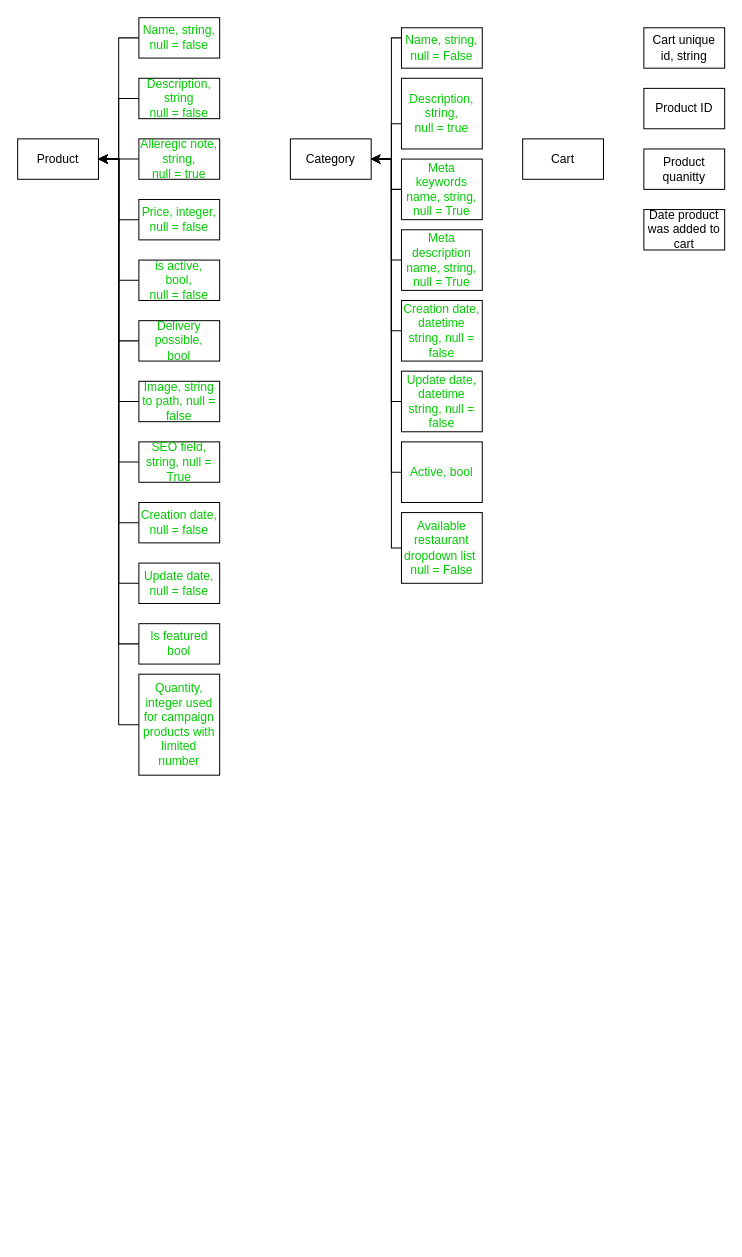
Above: Untitled Diagram.drawio in JianDk/HD_website (draw.io), before the change. Source tidied: cells renumbered, new cells numbered last; positions are measured from the earlier drawing's top-left corner, leaving out a move shared by most shapes. Both pictures are drawn from the tidied source at 101%, with x=0, y=0 at pixel (17, 17).
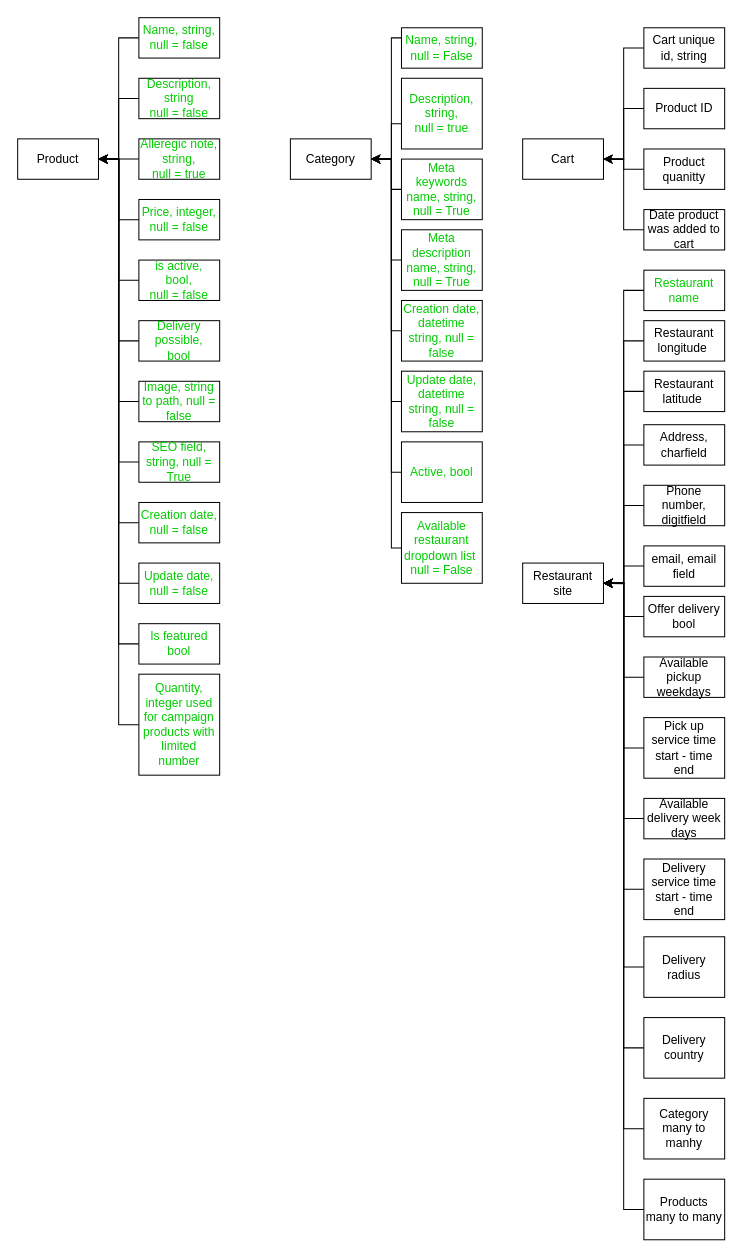
Above is the later version.

The change refers to these unchanged cells:
```xml
<mxCell id="42" value="Cart" style="rounded=0;whiteSpace=wrap;html=1;" parent="1" vertex="1">
  <mxGeometry x="500" y="120" width="80" height="40" as="geometry" />
</mxCell>
<mxCell id="43" value="Cart unique id, string" style="rounded=0;whiteSpace=wrap;html=1;" parent="1" vertex="1">
  <mxGeometry x="620" y="10" width="80" height="40" as="geometry" />
</mxCell>
<mxCell id="44" value="Product ID" style="rounded=0;whiteSpace=wrap;html=1;" parent="1" vertex="1">
  <mxGeometry x="620" y="70" width="80" height="40" as="geometry" />
</mxCell>
<mxCell id="45" value="Product quanitty" style="rounded=0;whiteSpace=wrap;html=1;" parent="1" vertex="1">
  <mxGeometry x="620" y="130" width="80" height="40" as="geometry" />
</mxCell>
<mxCell id="46" value="Date product was added to cart" style="rounded=0;whiteSpace=wrap;html=1;" parent="1" vertex="1">
  <mxGeometry x="620" y="190" width="80" height="40" as="geometry" />
</mxCell>
```

What changed in the source:
```diff
@@
+    <mxCell id="49" style="edgeStyle=orthogonalEdgeStyle;rounded=0;jettySize=auto;html=1;entryX=1;entryY=0.5;entryDx=0;entryDy=0;" parent="1" edge="1" source="43" target="42">
+      <mxGeometry relative="1" as="geometry" />
+    </mxCell>
@@
+    <mxCell id="50" style="edgeStyle=orthogonalEdgeStyle;rounded=0;jettySize=auto;html=1;" parent="1" edge="1" source="44">
+      <mxGeometry relative="1" as="geometry">
+        <mxPoint x="580" y="140" as="targetPoint" />
+        <Array as="points">
+          <mxPoint x="600" y="90" />
+          <mxPoint x="600" y="140" />
+        </Array>
+      </mxGeometry>
+    </mxCell>
@@
+    <mxCell id="51" style="edgeStyle=orthogonalEdgeStyle;rounded=0;jettySize=auto;html=1;" parent="1" edge="1" source="45">
+      <mxGeometry relative="1" as="geometry">
+        <mxPoint x="580" y="140" as="targetPoint" />
+      </mxGeometry>
+    </mxCell>
@@
+    <mxCell id="52" style="edgeStyle=orthogonalEdgeStyle;rounded=0;jettySize=auto;html=1;entryX=1;entryY=0.5;entryDx=0;entryDy=0;" parent="1" edge="1" source="46" target="42">
+      <mxGeometry relative="1" as="geometry" />
+    </mxCell>
@@
+    <mxCell id="53" value="Restaurant site" style="rounded=0;whiteSpace=wrap;html=1;" parent="1" vertex="1">
+      <mxGeometry x="500" y="540" width="80" height="40" as="geometry" />
+    </mxCell>
+    <mxCell id="54" style="edgeStyle=orthogonalEdgeStyle;rounded=0;jettySize=auto;html=1;entryX=1;entryY=0.5;entryDx=0;entryDy=0;" parent="1" edge="1" source="55" target="53">
+      <mxGeometry relative="1" as="geometry" />
+    </mxCell>
+    <mxCell id="55" value="Address, charfield" style="rounded=0;whiteSpace=wrap;html=1;" parent="1" vertex="1">
+      <mxGeometry x="620" y="403" width="80" height="40" as="geometry" />
+    </mxCell>
+    <mxCell id="56" style="edgeStyle=orthogonalEdgeStyle;rounded=0;jettySize=auto;html=1;entryX=1;entryY=0.5;entryDx=0;entryDy=0;" parent="1" edge="1" source="57" target="53">
+      <mxGeometry relative="1" as="geometry" />
+    </mxCell>
+    <mxCell id="57" value="Phone number, digitfield" style="rounded=0;whiteSpace=wrap;html=1;" parent="1" vertex="1">
+      <mxGeometry x="620" y="463" width="80" height="40" as="geometry" />
+    </mxCell>
+    <mxCell id="58" style="edgeStyle=orthogonalEdgeStyle;rounded=0;jettySize=auto;html=1;" parent="1" edge="1" source="59">
+      <mxGeometry relative="1" as="geometry">
+        <mxPoint x="580" y="560" as="targetPoint" />
+      </mxGeometry>
+    </mxCell>
+    <mxCell id="59" value="email, email field" style="rounded=0;whiteSpace=wrap;html=1;" parent="1" vertex="1">
+      <mxGeometry x="620" y="523" width="80" height="40" as="geometry" />
+    </mxCell>
+    <mxCell id="60" style="edgeStyle=orthogonalEdgeStyle;rounded=0;jettySize=auto;html=1;entryX=1;entryY=0.5;entryDx=0;entryDy=0;" parent="1" edge="1" source="61" target="53">
+      <mxGeometry relative="1" as="geometry" />
+    </mxCell>
+    <mxCell id="61" value="Offer delivery&lt;br&gt;bool" style="rounded=0;whiteSpace=wrap;html=1;" parent="1" vertex="1">
+      <mxGeometry x="620" y="573" width="80" height="40" as="geometry" />
+    </mxCell>
+    <mxCell id="62" style="edgeStyle=orthogonalEdgeStyle;rounded=0;jettySize=auto;html=1;entryX=1;entryY=0.5;entryDx=0;entryDy=0;" parent="1" edge="1" source="63" target="53">
+      <mxGeometry relative="1" as="geometry" />
+    </mxCell>
+    <mxCell id="63" value="Pick up service time start - time end" style="rounded=0;whiteSpace=wrap;html=1;" parent="1" vertex="1">
+      <mxGeometry x="620" y="693" width="80" height="60" as="geometry" />
+    </mxCell>
+    <mxCell id="64" style="edgeStyle=orthogonalEdgeStyle;rounded=0;jettySize=auto;html=1;" parent="1" edge="1" source="65">
+      <mxGeometry relative="1" as="geometry">
+        <mxPoint x="580" y="560" as="targetPoint" />
+        <Array as="points">
+          <mxPoint x="600" y="793" />
+          <mxPoint x="600" y="560" />
+        </Array>
+      </mxGeometry>
+    </mxCell>
+    <mxCell id="65" value="Available delivery week days" style="rounded=0;whiteSpace=wrap;html=1;" parent="1" vertex="1">
+      <mxGeometry x="620" y="773" width="80" height="40" as="geometry" />
+    </mxCell>
+    <mxCell id="66" style="edgeStyle=orthogonalEdgeStyle;rounded=0;jettySize=auto;html=1;" parent="1" edge="1" source="67">
+      <mxGeometry relative="1" as="geometry">
+        <mxPoint x="580" y="560" as="targetPoint" />
+        <Array as="points">
+          <mxPoint x="600" y="653" />
+          <mxPoint x="600" y="560" />
+        </Array>
+      </mxGeometry>
+    </mxCell>
+    <mxCell id="67" value="Available pickup weekdays" style="rounded=0;whiteSpace=wrap;html=1;" parent="1" vertex="1">
+      <mxGeometry x="620" y="633" width="80" height="40" as="geometry" />
+    </mxCell>
+    <mxCell id="68" style="edgeStyle=orthogonalEdgeStyle;rounded=0;jettySize=auto;html=1;" parent="1" edge="1" source="69">
+      <mxGeometry relative="1" as="geometry">
+        <mxPoint x="580" y="560" as="targetPoint" />
+        <Array as="points">
+          <mxPoint x="600" y="863" />
+          <mxPoint x="600" y="560" />
+        </Array>
+      </mxGeometry>
+    </mxCell>
+    <mxCell id="69" value="Delivery service time start - time end" style="rounded=0;whiteSpace=wrap;html=1;" parent="1" vertex="1">
+      <mxGeometry x="620" y="833" width="80" height="60" as="geometry" />
+    </mxCell>
+    <mxCell id="70" style="edgeStyle=orthogonalEdgeStyle;rounded=0;jettySize=auto;html=1;entryX=1;entryY=0.5;entryDx=0;entryDy=0;" parent="1" edge="1" source="71" target="53">
+      <mxGeometry relative="1" as="geometry" />
+    </mxCell>
+    <mxCell id="71" value="Restaurant longitude&amp;nbsp;" style="rounded=0;whiteSpace=wrap;html=1;" parent="1" vertex="1">
+      <mxGeometry x="620" y="300" width="80" height="40" as="geometry" />
+    </mxCell>
+    <mxCell id="72" style="edgeStyle=orthogonalEdgeStyle;rounded=0;jettySize=auto;html=1;" parent="1" edge="1" source="73">
+      <mxGeometry relative="1" as="geometry">
+        <mxPoint x="580" y="560" as="targetPoint" />
+        <Array as="points">
+          <mxPoint x="600" y="370" />
+          <mxPoint x="600" y="560" />
+        </Array>
+      </mxGeometry>
+    </mxCell>
+    <mxCell id="73" value="Restaurant latitude&amp;nbsp;" style="rounded=0;whiteSpace=wrap;html=1;" parent="1" vertex="1">
+      <mxGeometry x="620" y="350" width="80" height="40" as="geometry" />
+    </mxCell>
+    <mxCell id="74" style="edgeStyle=orthogonalEdgeStyle;rounded=0;jettySize=auto;html=1;entryX=1;entryY=0.5;entryDx=0;entryDy=0;" parent="1" edge="1" source="75" target="53">
+      <mxGeometry relative="1" as="geometry" />
+    </mxCell>
+    <mxCell id="75" value="Delivery radius" style="rounded=0;whiteSpace=wrap;html=1;" parent="1" vertex="1">
+      <mxGeometry x="620" y="910" width="80" height="60" as="geometry" />
+    </mxCell>
+    <mxCell id="76" style="edgeStyle=orthogonalEdgeStyle;rounded=0;jettySize=auto;html=1;" parent="1" edge="1" source="77">
+      <mxGeometry relative="1" as="geometry">
+        <mxPoint x="580" y="560" as="targetPoint" />
+        <Array as="points">
+          <mxPoint x="600" y="1020" />
+          <mxPoint x="600" y="560" />
+        </Array>
+      </mxGeometry>
+    </mxCell>
+    <mxCell id="77" value="Delivery country" style="rounded=0;whiteSpace=wrap;html=1;" parent="1" vertex="1">
+      <mxGeometry x="620" y="990" width="80" height="60" as="geometry" />
+    </mxCell>
+    <mxCell id="78" style="edgeStyle=orthogonalEdgeStyle;rounded=0;jettySize=auto;html=1;entryX=1;entryY=0.5;entryDx=0;entryDy=0;" parent="1" edge="1" source="79" target="53">
+      <mxGeometry relative="1" as="geometry" />
+    </mxCell>
+    <mxCell id="79" value="&lt;font color=&quot;#00cc00&quot;&gt;Restaurant name&lt;/font&gt;" style="rounded=0;whiteSpace=wrap;html=1;" parent="1" vertex="1">
+      <mxGeometry x="620" y="250" width="80" height="40" as="geometry" />
+    </mxCell>
+    <mxCell id="80" style="edgeStyle=orthogonalEdgeStyle;rounded=0;jettySize=auto;html=1;entryX=1;entryY=0.5;entryDx=0;entryDy=0;" parent="1" edge="1" source="81" target="53">
+      <mxGeometry relative="1" as="geometry" />
+    </mxCell>
+    <mxCell id="81" value="Category many to manhy" style="rounded=0;whiteSpace=wrap;html=1;" parent="1" vertex="1">
+      <mxGeometry x="620" y="1070" width="80" height="60" as="geometry" />
+    </mxCell>
+    <mxCell id="82" style="edgeStyle=orthogonalEdgeStyle;rounded=0;jettySize=auto;html=1;entryX=1;entryY=0.5;entryDx=0;entryDy=0;" parent="1" edge="1" source="83" target="53">
+      <mxGeometry relative="1" as="geometry" />
+    </mxCell>
+    <mxCell id="83" value="Products many to many" style="rounded=0;whiteSpace=wrap;html=1;" parent="1" vertex="1">
+      <mxGeometry x="620" y="1150" width="80" height="60" as="geometry" />
+    </mxCell>
```
